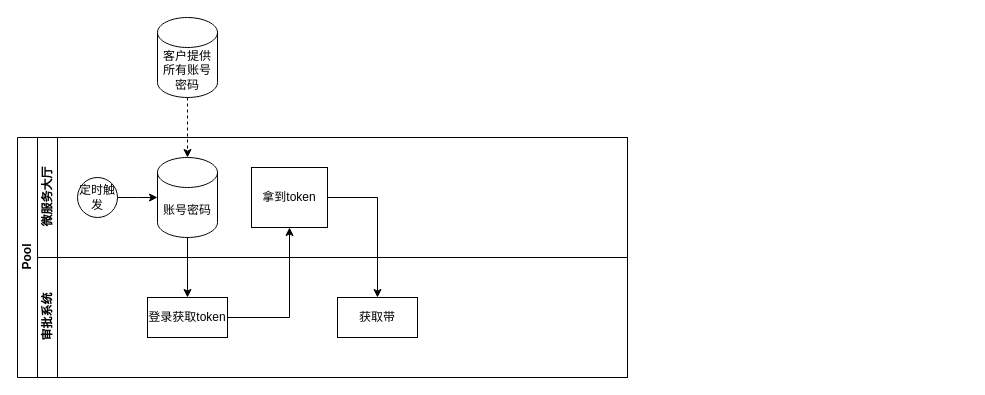
This is 工作项目/皖能同步.drawio from springcloud-boot/draw.io, a draw.io file, before an edit. Source tidied: cells renumbered, new cells numbered last; positions are measured from the earlier drawing's top-left corner, leaving out a move shared by most shapes. Both pictures are drawn from the tidied source at 100%, with x=0, y=0 at pixel (17, 17).
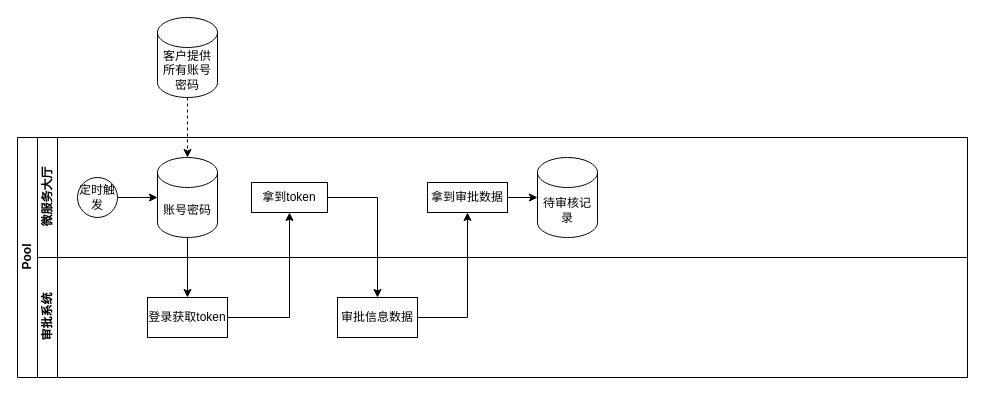
After the change.

Commit message (it also covers changes not shown here):
更新皖能同步.drawio

Change to the diagram source:
```diff
@@
     <mxCell id="2" value="Pool" style="swimlane;html=1;horizontal=0;startSize=20;" parent="1" vertex="1">
-      <mxGeometry y="120" width="610" height="240" as="geometry" />
+      <mxGeometry y="120" width="950" height="240" as="geometry" />
     </mxCell>
     <mxCell id="3" value="微服务大厅" style="swimlane;html=1;startSize=20;horizontal=0;" parent="2" vertex="1">
-      <mxGeometry x="20" width="590" height="120" as="geometry" />
+      <mxGeometry x="20" width="930" height="120" as="geometry" />
     </mxCell>
@@
     <mxCell id="7" value="拿到token" style="rounded=0;whiteSpace=wrap;html=1;" parent="3" vertex="1">
-      <mxGeometry x="214" y="30" width="76" height="60" as="geometry" />
+      <mxGeometry x="214" y="45" width="76" height="30" as="geometry" />
     </mxCell>
+    <mxCell id="16" value="拿到审批数据" style="rounded=0;whiteSpace=wrap;html=1;" parent="3" vertex="1">
+      <mxGeometry x="390" y="45" width="80" height="30" as="geometry" />
+    </mxCell>
+    <mxCell id="17" value="待审核记录" style="shape=cylinder3;whiteSpace=wrap;html=1;boundedLbl=1;backgroundOutline=1;size=15;" parent="3" vertex="1">
+      <mxGeometry x="500" y="20" width="60" height="80" as="geometry" />
+    </mxCell>
+    <mxCell id="18" style="edgeStyle=orthogonalEdgeStyle;rounded=0;jettySize=auto;html=1;" parent="3" edge="1" source="16" target="17">
+      <mxGeometry relative="1" as="geometry" />
+    </mxCell>
     <mxCell id="8" value="审批系统" style="swimlane;html=1;startSize=20;horizontal=0;" parent="2" vertex="1">
-      <mxGeometry x="20" y="120" width="590" height="120" as="geometry" />
+      <mxGeometry x="20" y="120" width="930" height="120" as="geometry" />
     </mxCell>
@@
-    <mxCell id="10" value="获取带" style="rounded=0;whiteSpace=wrap;html=1;fontFamily=Helvetica;fontSize=12;fontColor=#000000;align=center;" parent="8" vertex="1">
+    <mxCell id="10" value="审批信息数据" style="rounded=0;whiteSpace=wrap;html=1;fontFamily=Helvetica;fontSize=12;fontColor=#000000;align=center;" parent="8" vertex="1">
       <mxGeometry x="300" y="40" width="80" height="40" as="geometry" />
     </mxCell>
@@
+    <mxCell id="19" style="edgeStyle=orthogonalEdgeStyle;rounded=0;jettySize=auto;html=1;" parent="2" edge="1" source="10" target="16">
+      <mxGeometry relative="1" as="geometry" />
+    </mxCell>
```
